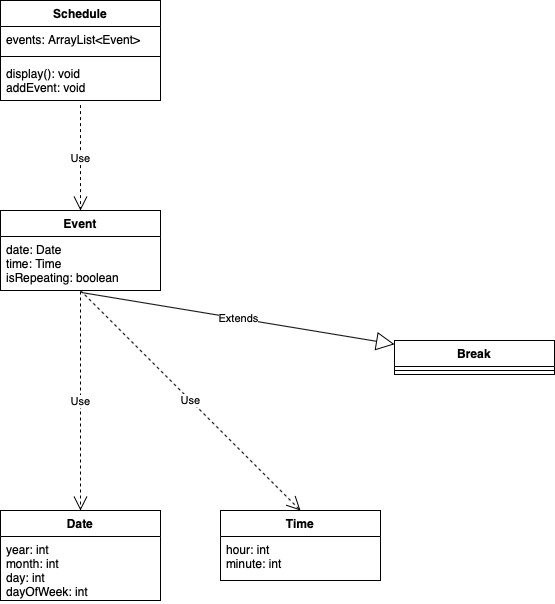
The draw.io diagram Brainstorm/Class Diagram.png in bran214/Scheduler, before a commit. Source tidied: cells renumbered, new cells last; positions are measured from the earlier drawing's top-left corner, leaving out a move shared by most shapes. Its diagram source:
```xml
<mxGraphModel>
  <root>
    <mxCell id="0" />
    <mxCell id="1" parent="0" />
    <mxCell id="2" value="Schedule" style="swimlane;fontStyle=1;align=center;verticalAlign=top;horizontal=1;startSize=26;" parent="1" vertex="1">
      <mxGeometry width="160" height="100" as="geometry" />
    </mxCell>
    <mxCell id="3" value="events: ArrayList&lt;Event&gt;" style="text;strokeColor=none;fillColor=none;align=left;verticalAlign=top;spacingLeft=4;spacingRight=4;overflow=hidden;" parent="2" vertex="1">
      <mxGeometry y="26" width="160" height="26" as="geometry" />
    </mxCell>
    <mxCell id="4" style="line;strokeWidth=1;fillColor=none;align=left;verticalAlign=middle;spacingTop=-1;spacingLeft=3;spacingRight=3;labelPosition=right;" parent="2" vertex="1">
      <mxGeometry y="52" width="160" height="8" as="geometry" />
    </mxCell>
    <mxCell id="5" value="display(): void&#10;addEvent: void" style="text;strokeColor=none;fillColor=none;align=left;verticalAlign=top;spacingLeft=4;spacingRight=4;overflow=hidden;points=[[0,0.5],[1,0.5]];portConstraint=eastwest;" parent="2" vertex="1">
      <mxGeometry y="60" width="160" height="40" as="geometry" />
    </mxCell>
    <mxCell id="6" value="Event" style="swimlane;fontStyle=1;align=center;verticalAlign=top;horizontal=1;startSize=26;" parent="1" vertex="1">
      <mxGeometry y="210" width="160" height="80" as="geometry" />
    </mxCell>
    <mxCell id="7" value="date: Date&#10;time: Time&#10;isRepeating: boolean" style="text;strokeColor=none;fillColor=none;align=left;verticalAlign=top;spacingLeft=4;spacingRight=4;overflow=hidden;points=[[0,0.5],[1,0.5]];portConstraint=eastwest;" parent="6" vertex="1">
      <mxGeometry y="26" width="160" height="54" as="geometry" />
    </mxCell>
    <mxCell id="8" value="Use" style="endArrow=open;endSize=12;dashed=1;html=1;entryX=0.5;entryY=0;entryDx=0;entryDy=0;exitX=0.5;exitY=1.115;exitDx=0;exitDy=0;exitPerimeter=0;" parent="1" edge="1" source="5" target="6">
      <mxGeometry relative="1" as="geometry" />
    </mxCell>
    <mxCell id="9" value="Date" style="swimlane;fontStyle=1;align=center;verticalAlign=top;horizontal=1;startSize=26;" parent="1" vertex="1">
      <mxGeometry y="510" width="160" height="90" as="geometry" />
    </mxCell>
    <mxCell id="10" value="year: int&#10;month: int&#10;day: int&#10;dayOfWeek: int" style="text;strokeColor=none;fillColor=none;align=left;verticalAlign=top;spacingLeft=4;spacingRight=4;overflow=hidden;" parent="9" vertex="1">
      <mxGeometry y="26" width="160" height="64" as="geometry" />
    </mxCell>
    <mxCell id="11" value="Use" style="endArrow=open;endSize=12;dashed=1;html=1;entryX=0.5;entryY=0;entryDx=0;entryDy=0;" parent="1" edge="1" target="9">
      <mxGeometry relative="1" as="geometry">
        <mxPoint x="80" y="291" as="sourcePoint" />
      </mxGeometry>
    </mxCell>
    <mxCell id="12" value="Time" style="swimlane;fontStyle=1;align=center;verticalAlign=top;horizontal=1;startSize=26;" parent="1" vertex="1">
      <mxGeometry x="220" y="510" width="160" height="70" as="geometry" />
    </mxCell>
    <mxCell id="13" value="hour: int&#10;minute: int" style="text;strokeColor=none;fillColor=none;align=left;verticalAlign=top;spacingLeft=4;spacingRight=4;overflow=hidden;" parent="12" vertex="1">
      <mxGeometry y="26" width="160" height="44" as="geometry" />
    </mxCell>
    <mxCell id="14" value="Use" style="endArrow=open;endSize=12;dashed=1;html=1;entryX=0.5;entryY=0;entryDx=0;entryDy=0;" parent="1" edge="1" target="12">
      <mxGeometry relative="1" as="geometry">
        <mxPoint x="80" y="290" as="sourcePoint" />
      </mxGeometry>
    </mxCell>
    <mxCell id="15" value="Extends" style="endArrow=block;endSize=16;endFill=0;html=1;exitX=0.506;exitY=1.037;exitDx=0;exitDy=0;exitPerimeter=0;" parent="1" edge="1" source="7" target="16">
      <mxGeometry relative="1" as="geometry" />
    </mxCell>
    <mxCell id="16" value="Break" style="swimlane;fontStyle=1;align=center;verticalAlign=top;horizontal=1;startSize=26;" parent="1" vertex="1">
      <mxGeometry x="394" y="340" width="160" height="34" as="geometry" />
    </mxCell>
    <mxCell id="17" style="line;strokeWidth=1;fillColor=none;align=left;verticalAlign=middle;spacingTop=-1;spacingLeft=3;spacingRight=3;labelPosition=right;" parent="16" vertex="1">
      <mxGeometry y="26" width="160" height="8" as="geometry" />
    </mxCell>
  </root>
</mxGraphModel>
```
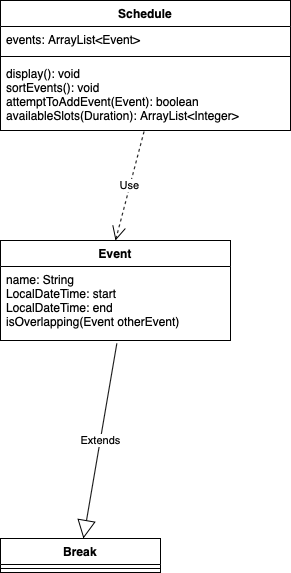
Above is the later version.

Commit message:
Updated the class diagram.

Diff of the diagram source:
```diff
@@ -3,53 +3,31 @@
     <mxCell id="0" />
     <mxCell id="1" parent="0" />
     <mxCell id="2" value="Schedule" style="swimlane;fontStyle=1;align=center;verticalAlign=top;horizontal=1;startSize=26;" parent="1" vertex="1">
-      <mxGeometry width="160" height="100" as="geometry" />
+      <mxGeometry y="-30" width="290" height="130" as="geometry" />
     </mxCell>
     <mxCell id="3" value="events: ArrayList&lt;Event&gt;" style="text;strokeColor=none;fillColor=none;align=left;verticalAlign=top;spacingLeft=4;spacingRight=4;overflow=hidden;" parent="2" vertex="1">
-      <mxGeometry y="26" width="160" height="26" as="geometry" />
+      <mxGeometry y="26" width="290" height="26" as="geometry" />
     </mxCell>
     <mxCell id="4" style="line;strokeWidth=1;fillColor=none;align=left;verticalAlign=middle;spacingTop=-1;spacingLeft=3;spacingRight=3;labelPosition=right;" parent="2" vertex="1">
-      <mxGeometry y="52" width="160" height="8" as="geometry" />
+      <mxGeometry y="52" width="290" height="8" as="geometry" />
     </mxCell>
-    <mxCell id="5" value="display(): void&#10;addEvent: void" style="text;strokeColor=none;fillColor=none;align=left;verticalAlign=top;spacingLeft=4;spacingRight=4;overflow=hidden;points=[[0,0.5],[1,0.5]];portConstraint=eastwest;" parent="2" vertex="1">
-      <mxGeometry y="60" width="160" height="40" as="geometry" />
+    <mxCell id="5" value="display(): void&#10;sortEvents(): void&#10;attemptToAddEvent(Event): boolean&#10;availableSlots(Duration): ArrayList&lt;Integer&gt;&#10;" style="text;strokeColor=none;fillColor=none;align=left;verticalAlign=top;spacingLeft=4;spacingRight=4;overflow=hidden;points=[[0,0.5],[1,0.5]];portConstraint=eastwest;" parent="2" vertex="1">
+      <mxGeometry y="60" width="290" height="70" as="geometry" />
     </mxCell>
     <mxCell id="6" value="Event" style="swimlane;fontStyle=1;align=center;verticalAlign=top;horizontal=1;startSize=26;" parent="1" vertex="1">
-      <mxGeometry y="210" width="160" height="80" as="geometry" />
+      <mxGeometry y="210" width="230" height="100" as="geometry" />
     </mxCell>
-    <mxCell id="7" value="date: Date&#10;time: Time&#10;isRepeating: boolean" style="text;strokeColor=none;fillColor=none;align=left;verticalAlign=top;spacingLeft=4;spacingRight=4;overflow=hidden;points=[[0,0.5],[1,0.5]];portConstraint=eastwest;" parent="6" vertex="1">
-      <mxGeometry y="26" width="160" height="54" as="geometry" />
+    <mxCell id="7" value="name: String&#10;LocalDateTime: start&#10;LocalDateTime: end&#10;isOverlapping(Event otherEvent)" style="text;strokeColor=none;fillColor=none;align=left;verticalAlign=top;spacingLeft=4;spacingRight=4;overflow=hidden;points=[[0,0.5],[1,0.5]];portConstraint=eastwest;" parent="6" vertex="1">
+      <mxGeometry y="26" width="230" height="74" as="geometry" />
     </mxCell>
-    <mxCell id="8" value="Use" style="endArrow=open;endSize=12;dashed=1;html=1;entryX=0.5;entryY=0;entryDx=0;entryDy=0;exitX=0.5;exitY=1.115;exitDx=0;exitDy=0;exitPerimeter=0;" parent="1" edge="1" source="5" target="6">
+    <mxCell id="8" value="Use" style="endArrow=open;endSize=12;dashed=1;html=1;entryX=0.5;entryY=0;entryDx=0;entryDy=0;exitX=0.495;exitY=1.014;exitDx=0;exitDy=0;exitPerimeter=0;" parent="1" edge="1" source="5" target="6">
       <mxGeometry relative="1" as="geometry" />
     </mxCell>
-    <mxCell id="9" value="Date" style="swimlane;fontStyle=1;align=center;verticalAlign=top;horizontal=1;startSize=26;" parent="1" vertex="1">
-      <mxGeometry y="510" width="160" height="90" as="geometry" />
-    </mxCell>
-    <mxCell id="10" value="year: int&#10;month: int&#10;day: int&#10;dayOfWeek: int" style="text;strokeColor=none;fillColor=none;align=left;verticalAlign=top;spacingLeft=4;spacingRight=4;overflow=hidden;" parent="9" vertex="1">
-      <mxGeometry y="26" width="160" height="64" as="geometry" />
-    </mxCell>
-    <mxCell id="11" value="Use" style="endArrow=open;endSize=12;dashed=1;html=1;entryX=0.5;entryY=0;entryDx=0;entryDy=0;" parent="1" edge="1" target="9">
-      <mxGeometry relative="1" as="geometry">
-        <mxPoint x="80" y="291" as="sourcePoint" />
-      </mxGeometry>
-    </mxCell>
-    <mxCell id="12" value="Time" style="swimlane;fontStyle=1;align=center;verticalAlign=top;horizontal=1;startSize=26;" parent="1" vertex="1">
-      <mxGeometry x="220" y="510" width="160" height="70" as="geometry" />
-    </mxCell>
-    <mxCell id="13" value="hour: int&#10;minute: int" style="text;strokeColor=none;fillColor=none;align=left;verticalAlign=top;spacingLeft=4;spacingRight=4;overflow=hidden;" parent="12" vertex="1">
-      <mxGeometry y="26" width="160" height="44" as="geometry" />
-    </mxCell>
-    <mxCell id="14" value="Use" style="endArrow=open;endSize=12;dashed=1;html=1;entryX=0.5;entryY=0;entryDx=0;entryDy=0;" parent="1" edge="1" target="12">
-      <mxGeometry relative="1" as="geometry">
-        <mxPoint x="80" y="290" as="sourcePoint" />
-      </mxGeometry>
-    </mxCell>
     <mxCell id="15" value="Extends" style="endArrow=block;endSize=16;endFill=0;html=1;exitX=0.506;exitY=1.037;exitDx=0;exitDy=0;exitPerimeter=0;" parent="1" edge="1" source="7" target="16">
       <mxGeometry relative="1" as="geometry" />
     </mxCell>
     <mxCell id="16" value="Break" style="swimlane;fontStyle=1;align=center;verticalAlign=top;horizontal=1;startSize=26;" parent="1" vertex="1">
-      <mxGeometry x="394" y="340" width="160" height="34" as="geometry" />
+      <mxGeometry y="508" width="160" height="34" as="geometry" />
     </mxCell>
     <mxCell id="17" style="line;strokeWidth=1;fillColor=none;align=left;verticalAlign=middle;spacingTop=-1;spacingLeft=3;spacingRight=3;labelPosition=right;" parent="16" vertex="1">
       <mxGeometry y="26" width="160" height="8" as="geometry" />
```
